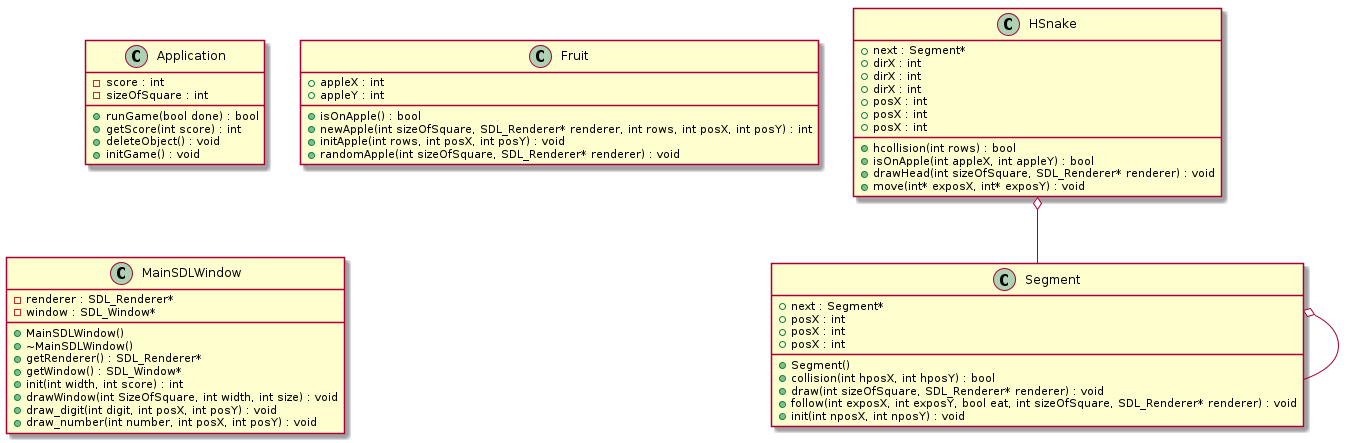
Above: uml/classes.png in generaltoto/gtech1-b01-snake (PlantUML), before the change. Its diagram source:
```plantuml
@startuml






class Application {
	+runGame(bool done) : bool
	+getScore(int score) : int
	-score : int
	-sizeOfSquare : int
	+deleteObject() : void
	+initGame() : void
}


class Fruit {
	+isOnApple() : bool
	+appleX : int
	+appleY : int
	+newApple(int sizeOfSquare, SDL_Renderer* renderer, int rows, int posX, int posY) : int
	+initApple(int rows, int posX, int posY) : void
	+randomApple(int sizeOfSquare, SDL_Renderer* renderer) : void
}


class HSnake {
	+next : Segment*
	+hcollision(int rows) : bool
	+isOnApple(int appleX, int appleY) : bool
	+dirX : int
	+dirX : int
	+dirX : int
	+posX : int
	+posX : int
	+posX : int
	+drawHead(int sizeOfSquare, SDL_Renderer* renderer) : void
	+move(int* exposX, int* exposY) : void
}


class MainSDLWindow {
	+MainSDLWindow()
	+~MainSDLWindow()
	+getRenderer() : SDL_Renderer*
	-renderer : SDL_Renderer*
	+getWindow() : SDL_Window*
	-window : SDL_Window*
	+init(int width, int score) : int
	+drawWindow(int SizeOfSquare, int width, int size) : void
	+draw_digit(int digit, int posX, int posY) : void
	+draw_number(int number, int posX, int posY) : void
}


class Segment {
	+Segment()
	+next : Segment*
	+collision(int hposX, int hposY) : bool
	+posX : int
	+posX : int
	+posX : int
	+draw(int sizeOfSquare, SDL_Renderer* renderer) : void
	+follow(int exposX, int exposY, bool eat, int sizeOfSquare, SDL_Renderer* renderer) : void
	+init(int nposX, int nposY) : void
}










.HSnake o-- .Segment


.Segment o-- .Segment









@enduml
```
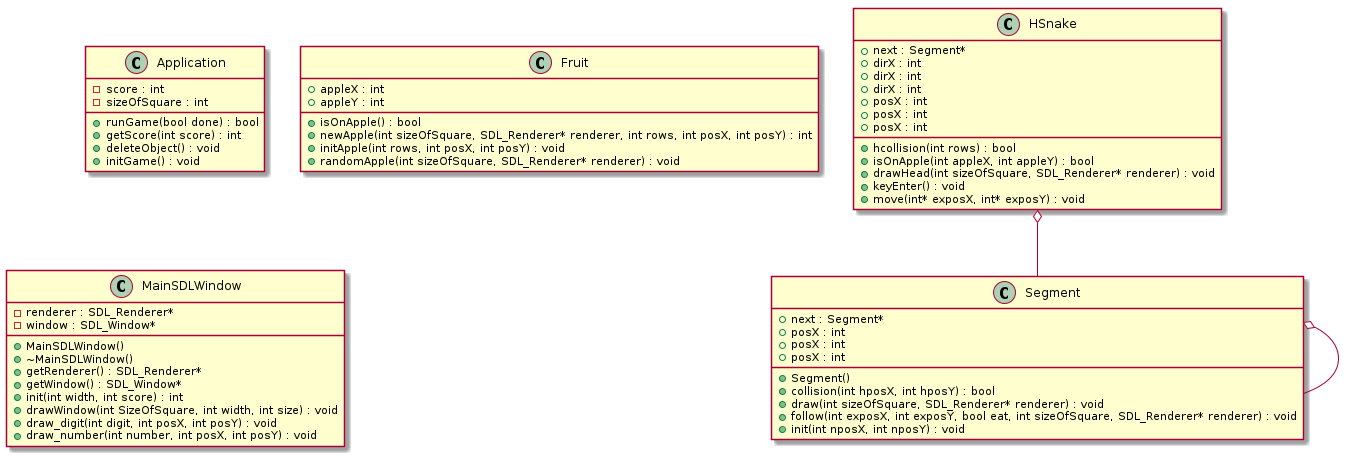
The same file after the commit.

Change to the diagram source:
```diff
@@ -36,6 +36,7 @@
 	+posX : int
 	+posX : int
 	+drawHead(int sizeOfSquare, SDL_Renderer* renderer) : void
+	+keyEnter() : void
 	+move(int* exposX, int* exposY) : void
 }
 
```
